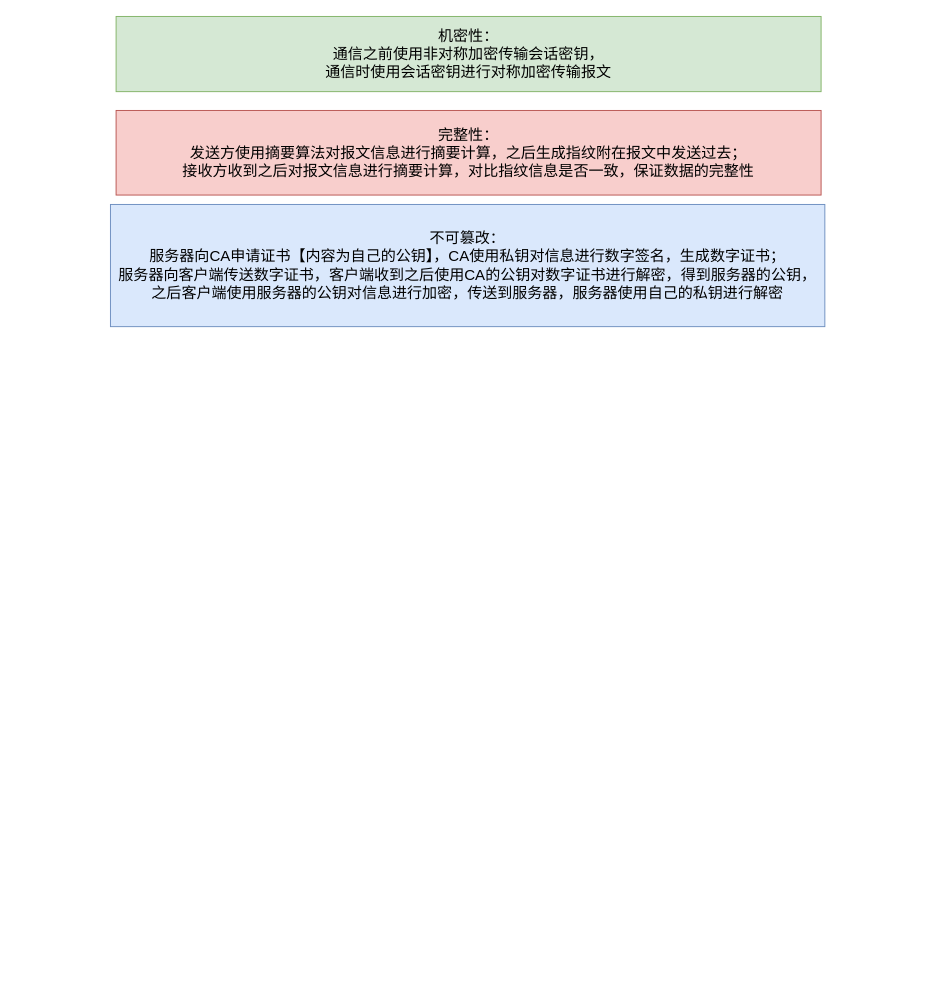
hossking/little-white- keeps this draw.io diagram as Https.drawio. Above is the earlier version. Source tidied: cells renumbered, new cells numbered last; positions are measured from the earlier drawing's top-left corner, leaving out a move shared by most shapes. Both pictures are drawn from the tidied source at 94%, with x=0, y=0 at pixel (110, 16).
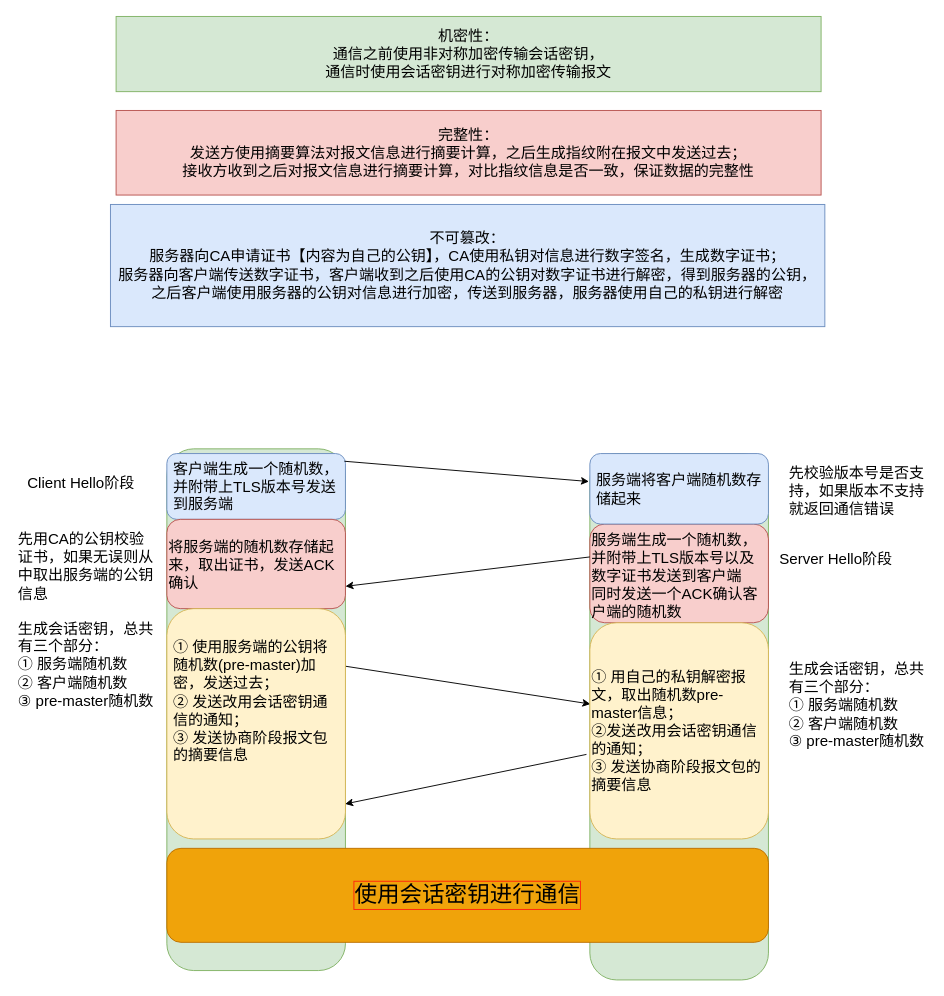
After the change.

The edit, as a diff of the source:
```diff
@@
+    <mxCell id="5" style="rounded=1;whiteSpace=wrap;html=1;fillColor=#d5e8d4;strokeColor=#82b366;" parent="1" vertex="1">
+      <mxGeometry x="60" y="460" width="190" height="555" as="geometry" />
+    </mxCell>
+    <mxCell id="6" style="rounded=1;whiteSpace=wrap;html=1;fontSize=16;fillColor=#dae8fc;strokeColor=#6c8ebf;" parent="1" vertex="1">
+      <mxGeometry x="60" y="465" width="190" height="70" as="geometry" />
+    </mxCell>
+    <mxCell id="7" style="edgeStyle=none;rounded=0;jettySize=auto;html=1;entryX=-0.005;entryY=0.397;entryDx=0;entryDy=0;fontSize=16;entryPerimeter=0;exitX=1.022;exitY=0.165;exitDx=0;exitDy=0;exitPerimeter=0;" parent="1" edge="1" source="8" target="15">
+      <mxGeometry relative="1" as="geometry" />
+    </mxCell>
+    <mxCell id="8" value="&lt;font style=&quot;font-size: 16px&quot;&gt;客户端生成一个随机数，并附带上TLS版本号发送到服务端&lt;br&gt;&lt;/font&gt;" style="text;html=1;strokeColor=none;fillColor=none;align=left;verticalAlign=middle;whiteSpace=wrap;rounded=0;labelPosition=center;verticalLabelPosition=middle;" parent="1" vertex="1">
+      <mxGeometry x="65" y="460" width="180" height="80" as="geometry" />
+    </mxCell>
+    <mxCell id="9" style="rounded=1;whiteSpace=wrap;html=1;fillColor=#d5e8d4;strokeColor=#82b366;" parent="1" vertex="1">
+      <mxGeometry x="510" y="465" width="190" height="560" as="geometry" />
+    </mxCell>
+    <mxCell id="10" value="Client Hello阶段" style="text;whiteSpace=wrap;html=1;fontSize=16;" parent="1" vertex="1">
+      <mxGeometry x="-90" y="480" width="150" height="40" as="geometry" />
+    </mxCell>
+    <mxCell id="11" value="将服务端的随机数存储起来，取出证书，发送ACK确认" style="rounded=1;whiteSpace=wrap;html=1;fontSize=16;fillColor=#f8cecc;strokeColor=#b85450;align=left;" parent="1" vertex="1">
+      <mxGeometry x="60" y="535" width="190" height="95" as="geometry" />
+    </mxCell>
+    <mxCell id="12" style="edgeStyle=none;rounded=0;jettySize=auto;html=1;exitX=1;exitY=0.25;exitDx=0;exitDy=0;entryX=0.003;entryY=0.376;entryDx=0;entryDy=0;fontSize=16;entryPerimeter=0;" parent="1" edge="1" source="13" target="17">
+      <mxGeometry relative="1" as="geometry" />
+    </mxCell>
+    <mxCell id="13" style="rounded=1;whiteSpace=wrap;html=1;fontSize=16;fillColor=#fff2cc;strokeColor=#d6b656;" parent="1" vertex="1">
+      <mxGeometry x="60" y="630" width="190" height="245" as="geometry" />
+    </mxCell>
+    <mxCell id="14" style="rounded=1;whiteSpace=wrap;html=1;fontSize=16;fillColor=#f8cecc;strokeColor=#b85450;" parent="1" vertex="1">
+      <mxGeometry x="510" y="540" width="190" height="105" as="geometry" />
+    </mxCell>
+    <mxCell id="15" style="rounded=1;whiteSpace=wrap;html=1;fontSize=16;fillColor=#dae8fc;strokeColor=#6c8ebf;" parent="1" vertex="1">
+      <mxGeometry x="510" y="465" width="190" height="75" as="geometry" />
+    </mxCell>
+    <mxCell id="16" style="edgeStyle=none;rounded=0;jettySize=auto;html=1;exitX=-0.019;exitY=0.609;exitDx=0;exitDy=0;entryX=0.998;entryY=0.848;entryDx=0;entryDy=0;entryPerimeter=0;fontSize=24;exitPerimeter=0;" parent="1" edge="1" source="17" target="13">
+      <mxGeometry relative="1" as="geometry" />
+    </mxCell>
+    <mxCell id="17" value="① 用自己的私钥解密报文，取出随机数pre-master信息；&lt;br&gt;②发送改用会话密钥通信的通知；&lt;br&gt;③ 发送协商阶段报文包的摘要信息" style="rounded=1;whiteSpace=wrap;html=1;fontSize=16;fillColor=#fff2cc;strokeColor=#d6b656;align=left;verticalAlign=middle;" parent="1" vertex="1">
+      <mxGeometry x="510" y="645" width="190" height="230" as="geometry" />
+    </mxCell>
+    <mxCell id="18" style="edgeStyle=none;rounded=0;jettySize=auto;html=1;exitX=0;exitY=0.25;exitDx=0;exitDy=0;entryX=1;entryY=0.75;entryDx=0;entryDy=0;fontSize=16;" parent="1" edge="1" source="19" target="11">
+      <mxGeometry relative="1" as="geometry" />
+    </mxCell>
+    <mxCell id="19" value="&lt;font style=&quot;font-size: 16px&quot;&gt;服务端生成一个随机数，并附带上TLS版本号以及数字证书发送到客户端&lt;br&gt;同时发送一个ACK确认客户端的随机数&lt;br&gt;&lt;/font&gt;" style="text;html=1;strokeColor=none;fillColor=none;align=left;verticalAlign=middle;whiteSpace=wrap;rounded=0;labelPosition=center;verticalLabelPosition=middle;" parent="1" vertex="1">
+      <mxGeometry x="510" y="555" width="180" height="80" as="geometry" />
+    </mxCell>
+    <mxCell id="20" value="&lt;font style=&quot;font-size: 16px&quot;&gt;服务端将客户端随机数存储起来&lt;br&gt;&lt;/font&gt;" style="text;html=1;strokeColor=none;fillColor=none;align=left;verticalAlign=middle;whiteSpace=wrap;rounded=0;labelPosition=center;verticalLabelPosition=middle;" parent="1" vertex="1">
+      <mxGeometry x="515" y="462.5" width="180" height="80" as="geometry" />
+    </mxCell>
+    <mxCell id="21" value="Server Hello阶段" style="text;whiteSpace=wrap;html=1;fontSize=16;" parent="1" vertex="1">
+      <mxGeometry x="710" y="561.2" width="150" height="37.5" as="geometry" />
+    </mxCell>
+    <mxCell id="22" value="先校验版本号是否支持，如果版本不支持就返回通信错误" style="text;whiteSpace=wrap;html=1;fontSize=16;" parent="1" vertex="1">
+      <mxGeometry x="720" y="470" width="150" height="65" as="geometry" />
+    </mxCell>
+    <mxCell id="23" value="先用CA的公钥校验证书，如果无误则从中取出服务端的公钥信息" style="text;whiteSpace=wrap;html=1;fontSize=16;" parent="1" vertex="1">
+      <mxGeometry x="-100" y="540" width="150" height="85" as="geometry" />
+    </mxCell>
+    <mxCell id="24" value="① 使用服务端的公钥将随机数(pre-master)加密，发送过去；&lt;br&gt;② 发送改用会话密钥通信的通知；&lt;br&gt;③ 发送协商阶段报文包的摘要信息" style="text;whiteSpace=wrap;html=1;fontSize=16;" parent="1" vertex="1">
+      <mxGeometry x="65" y="655" width="170" height="140" as="geometry" />
+    </mxCell>
+    <mxCell id="25" style="rounded=1;whiteSpace=wrap;html=1;fontSize=16;fillColor=#f0a30a;strokeColor=#BD7000;fontColor=#000000;" parent="1" vertex="1">
+      <mxGeometry x="60" y="885" width="640" height="100" as="geometry" />
+    </mxCell>
+    <mxCell id="26" value="使用会话密钥进行通信" style="text;html=1;strokeColor=none;fillColor=none;align=center;verticalAlign=middle;whiteSpace=wrap;rounded=0;fontSize=24;labelBorderColor=#FF250D;" parent="1" vertex="1">
+      <mxGeometry x="230" y="912.5" width="300" height="45" as="geometry" />
+    </mxCell>
+    <mxCell id="27" value="生成会话密钥，总共有三个部分：&lt;br&gt;① 服务端随机数&lt;br&gt;② 客户端随机数&lt;br&gt;③ pre-master随机数" style="text;whiteSpace=wrap;html=1;fontSize=16;" parent="1" vertex="1">
+      <mxGeometry x="-100" y="635" width="150" height="125" as="geometry" />
+    </mxCell>
+    <mxCell id="28" value="生成会话密钥，总共有三个部分：&lt;br&gt;① 服务端随机数&lt;br&gt;② 客户端随机数&lt;br&gt;③ pre-master随机数" style="text;whiteSpace=wrap;html=1;fontSize=16;" parent="1" vertex="1">
+      <mxGeometry x="720" y="677.5" width="150" height="125" as="geometry" />
+    </mxCell>
```
